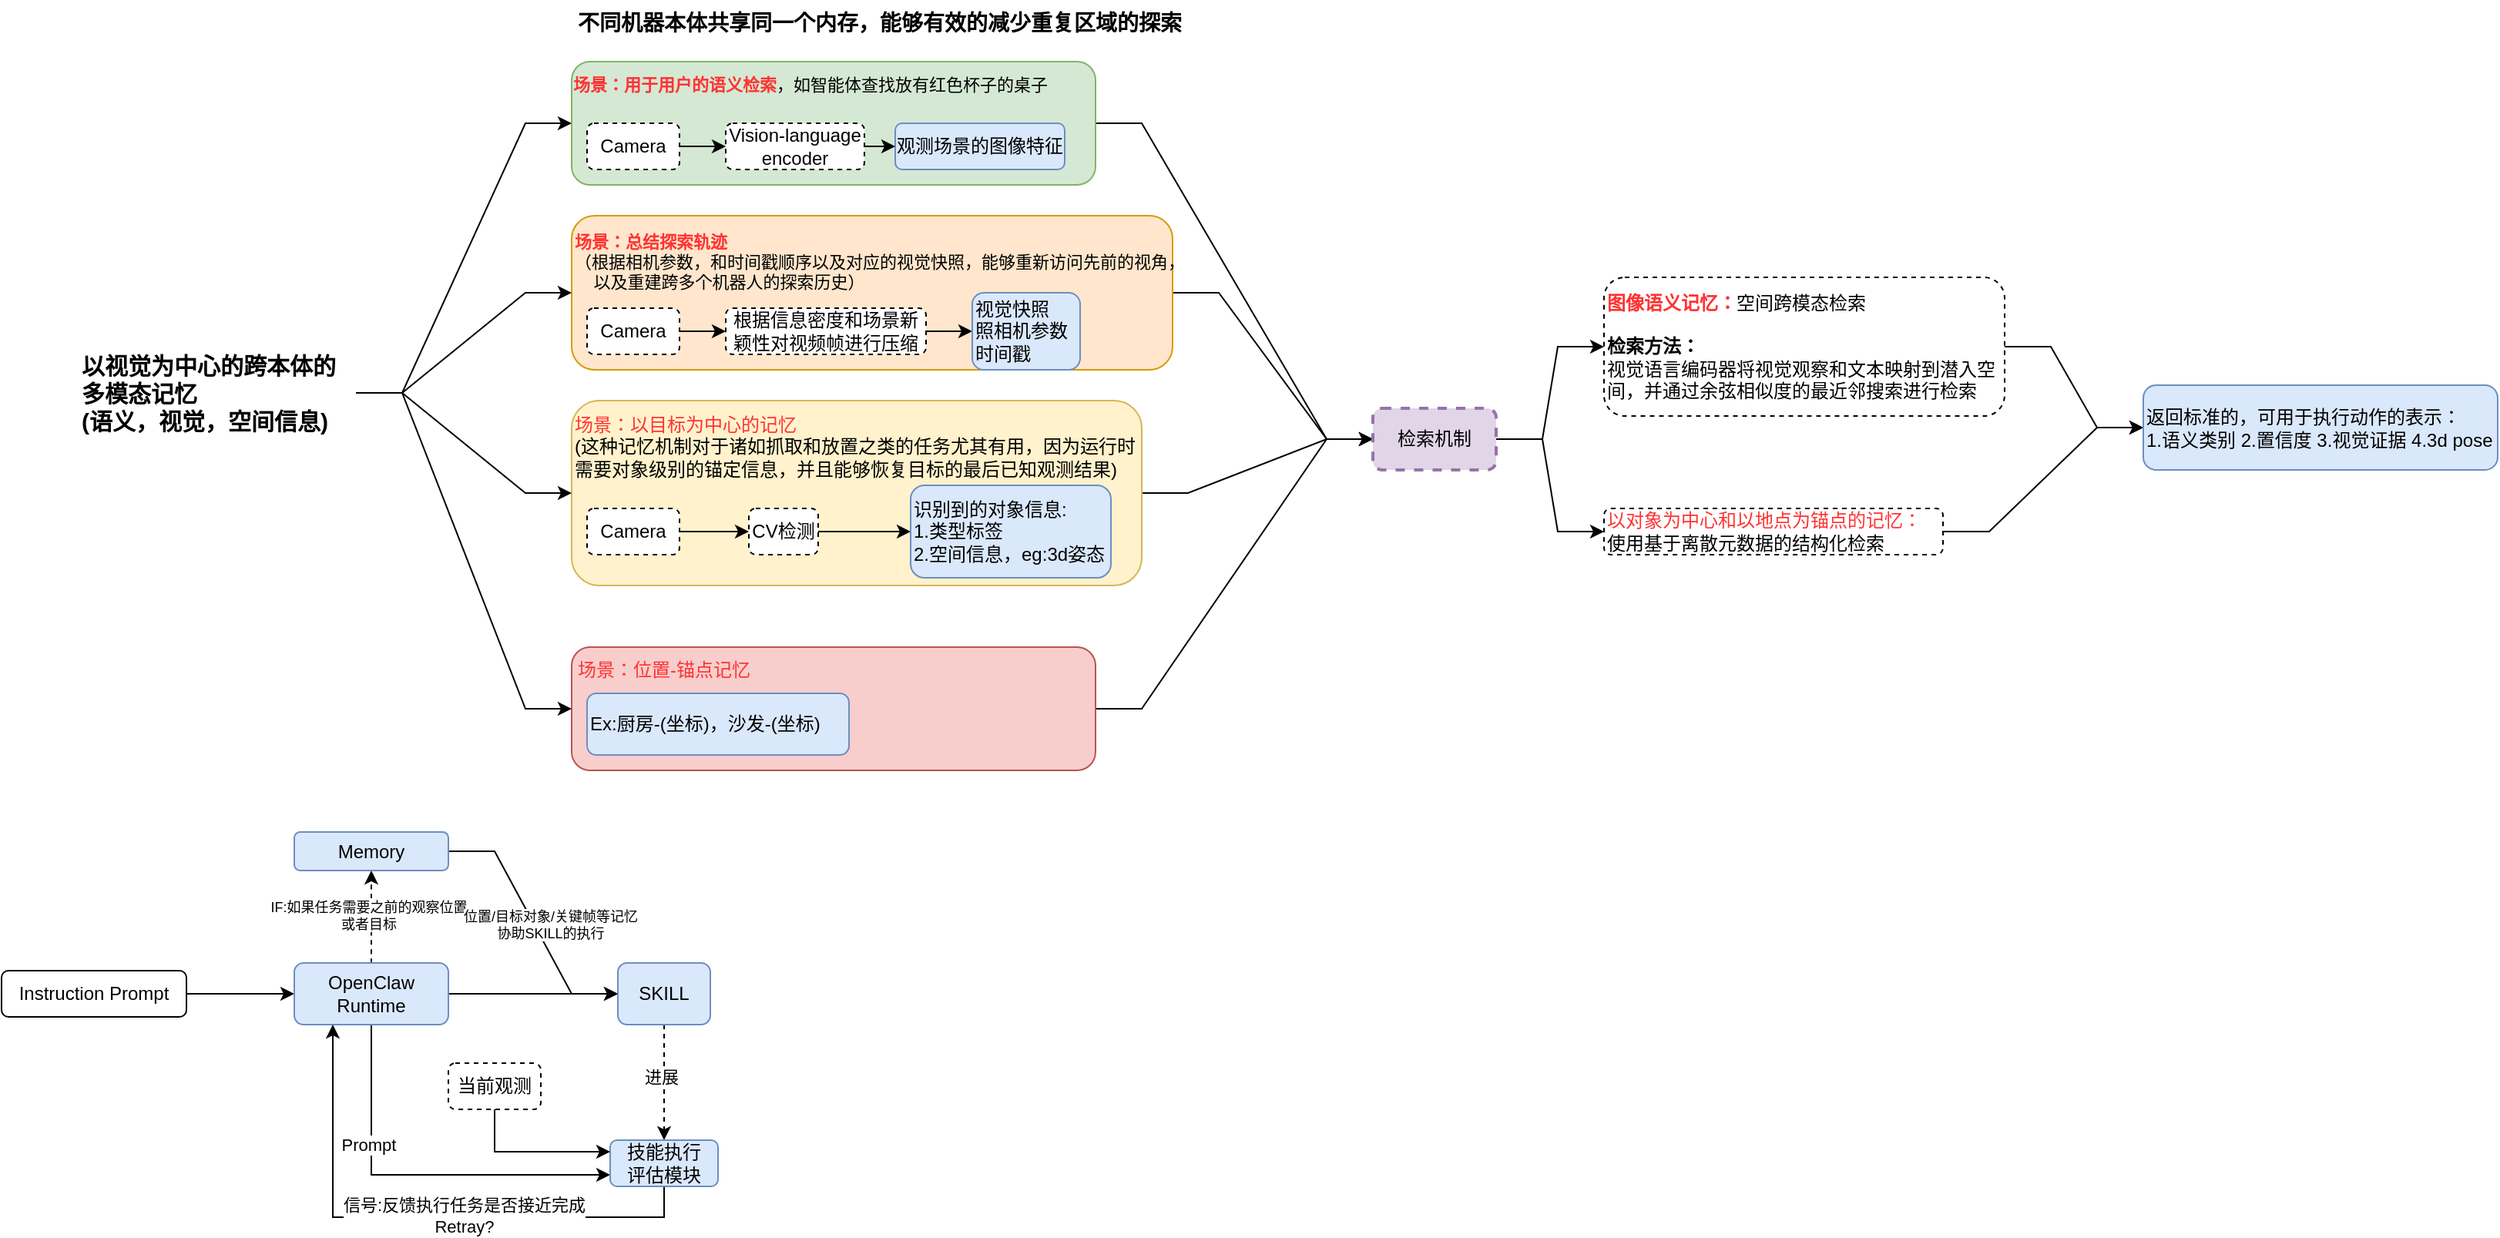
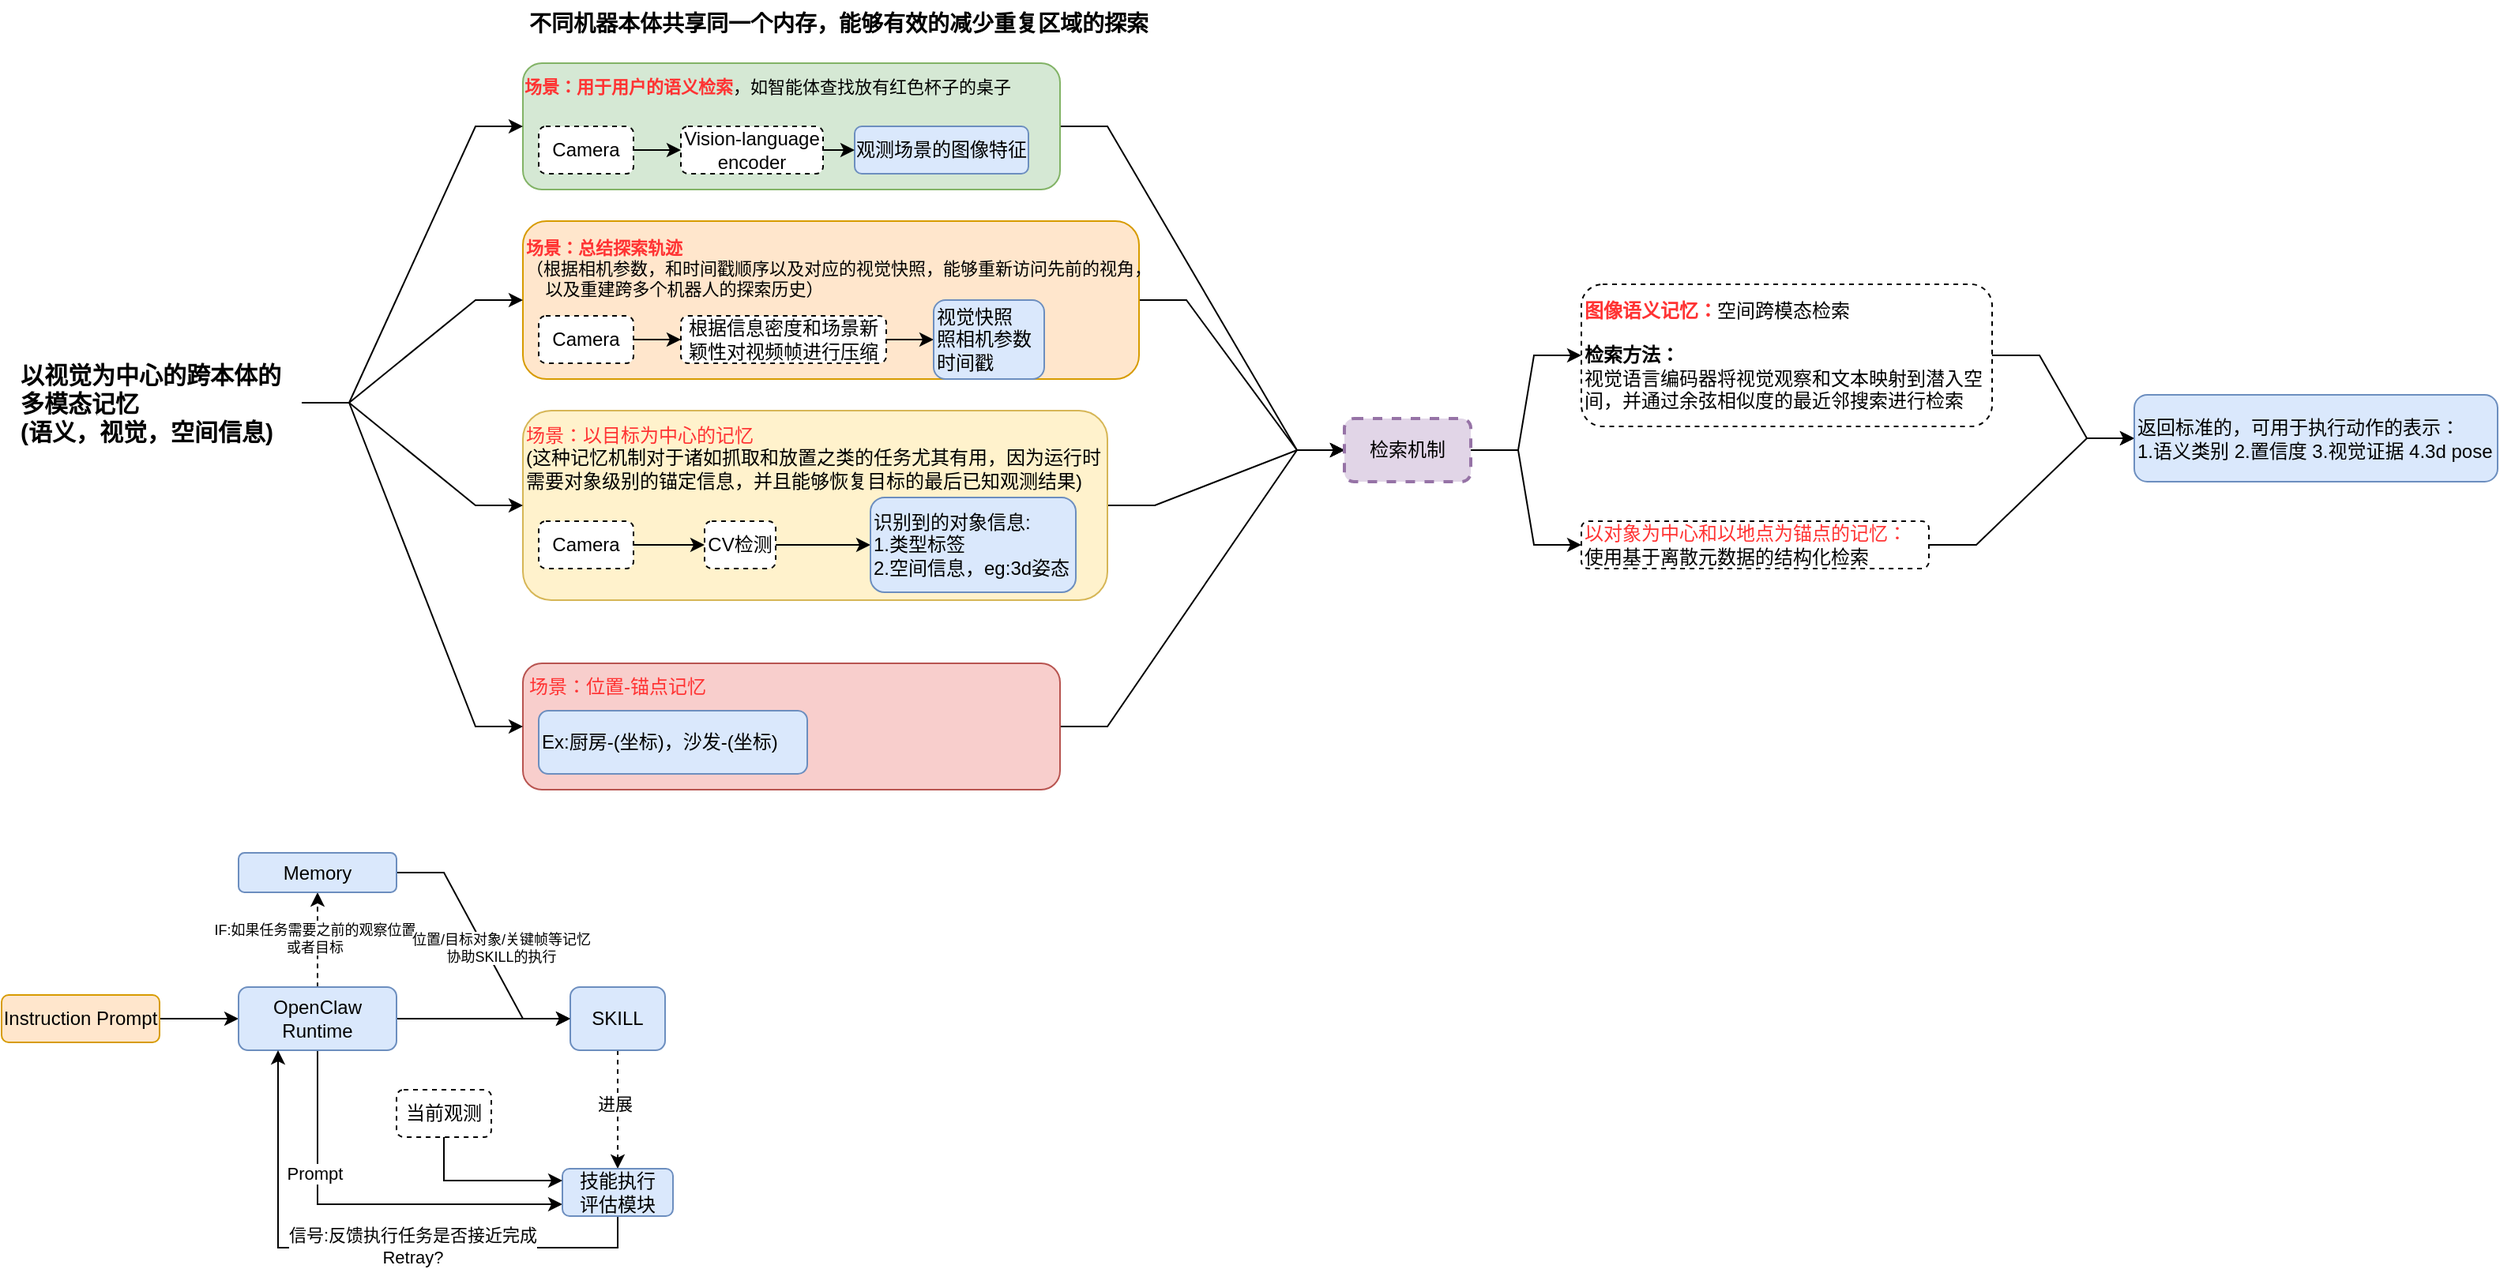
<mxfile host="app.diagrams.net">
  <diagram name="ABot-Claw" id="ri1UiOSOw__C7K71Jf-3">
    <mxGraphModel dx="566" dy="306" grid="1" gridSize="10" guides="1" tooltips="1" connect="1" arrows="1" fold="1" page="1" pageScale="1" pageWidth="3300" pageHeight="2339" math="0" shadow="0">
      <root>
        <mxCell id="0" />
        <mxCell id="1" parent="0" />
        <mxCell id="8uAygAgR7DF40HWwl34I-37" edge="1" parent="1" source="8uAygAgR7DF40HWwl34I-28" style="edgeStyle=entityRelationEdgeStyle;rounded=0;orthogonalLoop=1;jettySize=auto;html=1;exitX=1;exitY=0.5;exitDx=0;exitDy=0;" target="8uAygAgR7DF40HWwl34I-33">
          <mxGeometry relative="1" as="geometry" />
        </mxCell>
        <mxCell id="8uAygAgR7DF40HWwl34I-28" parent="1" style="rounded=1;whiteSpace=wrap;html=1;fillColor=#f8cecc;strokeColor=#b85450;" value="" vertex="1">
          <mxGeometry height="80" width="340" x="480" y="470" as="geometry" />
        </mxCell>
        <mxCell id="8uAygAgR7DF40HWwl34I-36" edge="1" parent="1" source="8uAygAgR7DF40HWwl34I-24" style="edgeStyle=entityRelationEdgeStyle;rounded=0;orthogonalLoop=1;jettySize=auto;html=1;exitX=1;exitY=0.5;exitDx=0;exitDy=0;entryX=0;entryY=0.5;entryDx=0;entryDy=0;" target="8uAygAgR7DF40HWwl34I-33">
          <mxGeometry relative="1" as="geometry">
            <mxPoint x="1020" y="320" as="targetPoint" />
          </mxGeometry>
        </mxCell>
        <mxCell id="8uAygAgR7DF40HWwl34I-24" parent="1" style="rounded=1;whiteSpace=wrap;html=1;fillColor=#fff2cc;strokeColor=#d6b656;" value="" vertex="1">
          <mxGeometry height="120" width="370" x="480" y="310" as="geometry" />
        </mxCell>
        <mxCell id="8uAygAgR7DF40HWwl34I-35" edge="1" parent="1" source="8uAygAgR7DF40HWwl34I-17" style="edgeStyle=entityRelationEdgeStyle;rounded=0;orthogonalLoop=1;jettySize=auto;html=1;exitX=1;exitY=0.5;exitDx=0;exitDy=0;entryX=0;entryY=0.5;entryDx=0;entryDy=0;" target="8uAygAgR7DF40HWwl34I-33">
          <mxGeometry relative="1" as="geometry" />
        </mxCell>
        <mxCell id="8uAygAgR7DF40HWwl34I-17" parent="1" style="rounded=1;whiteSpace=wrap;html=1;fillColor=#ffe6cc;strokeColor=#d79b00;" value="" vertex="1">
          <mxGeometry height="100" width="390" x="480" y="190" as="geometry" />
        </mxCell>
        <mxCell id="8uAygAgR7DF40HWwl34I-34" edge="1" parent="1" source="8uAygAgR7DF40HWwl34I-16" style="edgeStyle=entityRelationEdgeStyle;rounded=0;orthogonalLoop=1;jettySize=auto;html=1;exitX=1;exitY=0.5;exitDx=0;exitDy=0;entryX=0;entryY=0.5;entryDx=0;entryDy=0;" target="8uAygAgR7DF40HWwl34I-33">
          <mxGeometry relative="1" as="geometry" />
        </mxCell>
        <mxCell id="8uAygAgR7DF40HWwl34I-16" parent="1" style="rounded=1;whiteSpace=wrap;html=1;fillColor=#d5e8d4;strokeColor=#82b366;" value="" vertex="1">
          <mxGeometry height="80" width="340" x="480" y="90" as="geometry" />
        </mxCell>
        <mxCell id="8uAygAgR7DF40HWwl34I-29" edge="1" parent="1" source="8uAygAgR7DF40HWwl34I-1" style="edgeStyle=entityRelationEdgeStyle;rounded=0;orthogonalLoop=1;jettySize=auto;html=1;exitX=1;exitY=0.5;exitDx=0;exitDy=0;entryX=0;entryY=0.5;entryDx=0;entryDy=0;" target="8uAygAgR7DF40HWwl34I-16">
          <mxGeometry relative="1" as="geometry" />
        </mxCell>
        <mxCell id="8uAygAgR7DF40HWwl34I-30" edge="1" parent="1" source="8uAygAgR7DF40HWwl34I-1" style="edgeStyle=entityRelationEdgeStyle;rounded=0;orthogonalLoop=1;jettySize=auto;html=1;exitX=1;exitY=0.5;exitDx=0;exitDy=0;entryX=0;entryY=0.5;entryDx=0;entryDy=0;" target="8uAygAgR7DF40HWwl34I-28">
          <mxGeometry relative="1" as="geometry" />
        </mxCell>
        <mxCell id="8uAygAgR7DF40HWwl34I-31" edge="1" parent="1" source="8uAygAgR7DF40HWwl34I-1" style="edgeStyle=entityRelationEdgeStyle;rounded=0;orthogonalLoop=1;jettySize=auto;html=1;exitX=1;exitY=0.5;exitDx=0;exitDy=0;entryX=0;entryY=0.5;entryDx=0;entryDy=0;" target="8uAygAgR7DF40HWwl34I-17">
          <mxGeometry relative="1" as="geometry" />
        </mxCell>
        <mxCell id="8uAygAgR7DF40HWwl34I-32" edge="1" parent="1" source="8uAygAgR7DF40HWwl34I-1" style="edgeStyle=entityRelationEdgeStyle;rounded=0;orthogonalLoop=1;jettySize=auto;html=1;exitX=1;exitY=0.5;exitDx=0;exitDy=0;entryX=0;entryY=0.5;entryDx=0;entryDy=0;" target="8uAygAgR7DF40HWwl34I-24">
          <mxGeometry relative="1" as="geometry" />
        </mxCell>
        <mxCell id="8uAygAgR7DF40HWwl34I-1" parent="1" style="text;html=1;whiteSpace=wrap;strokeColor=none;fillColor=none;align=left;verticalAlign=middle;rounded=0;fontStyle=1;fontSize=15;" value="以视觉为中心的跨本体的多模态记忆&lt;br&gt;(语义，视觉，空间信息)" vertex="1">
          <mxGeometry height="30" width="180" x="160" y="290" as="geometry" />
        </mxCell>
        <mxCell id="8uAygAgR7DF40HWwl34I-2" parent="1" style="rounded=1;whiteSpace=wrap;html=1;fillColor=#dae8fc;strokeColor=#6c8ebf;" value="观测场景的图像特征" vertex="1">
          <mxGeometry height="30" width="110" x="690" y="130" as="geometry" />
        </mxCell>
        <mxCell id="8uAygAgR7DF40HWwl34I-5" edge="1" parent="1" source="8uAygAgR7DF40HWwl34I-3" style="edgeStyle=orthogonalEdgeStyle;rounded=0;orthogonalLoop=1;jettySize=auto;html=1;exitX=1;exitY=0.5;exitDx=0;exitDy=0;entryX=0;entryY=0.5;entryDx=0;entryDy=0;" target="8uAygAgR7DF40HWwl34I-2">
          <mxGeometry relative="1" as="geometry" />
        </mxCell>
        <mxCell id="8uAygAgR7DF40HWwl34I-3" parent="1" style="rounded=1;whiteSpace=wrap;html=1;dashed=1;" value="Vision-language encoder" vertex="1">
          <mxGeometry height="30" width="90" x="580" y="130" as="geometry" />
        </mxCell>
        <mxCell id="8uAygAgR7DF40HWwl34I-6" edge="1" parent="1" source="8uAygAgR7DF40HWwl34I-4" style="edgeStyle=orthogonalEdgeStyle;rounded=0;orthogonalLoop=1;jettySize=auto;html=1;exitX=1;exitY=0.5;exitDx=0;exitDy=0;entryX=0;entryY=0.5;entryDx=0;entryDy=0;" target="8uAygAgR7DF40HWwl34I-3">
          <mxGeometry relative="1" as="geometry" />
        </mxCell>
        <mxCell id="8uAygAgR7DF40HWwl34I-4" parent="1" style="rounded=1;whiteSpace=wrap;html=1;dashed=1;" value="Camera" vertex="1">
          <mxGeometry height="30" width="60" x="490" y="130" as="geometry" />
        </mxCell>
        <mxCell id="8uAygAgR7DF40HWwl34I-7" parent="1" style="text;html=1;whiteSpace=wrap;strokeColor=none;fillColor=none;align=center;verticalAlign=middle;rounded=0;fontSize=11;" value="&lt;b&gt;&lt;font style=&quot;color: rgb(255, 51, 51);&quot;&gt;场景：用于用户的语义检索&lt;/font&gt;&lt;/b&gt;，如智能体查找放有红色杯子的桌子" vertex="1">
          <mxGeometry height="30" width="310" x="480" y="90" as="geometry" />
        </mxCell>
        <mxCell id="8uAygAgR7DF40HWwl34I-10" edge="1" parent="1" source="8uAygAgR7DF40HWwl34I-8" style="edgeStyle=orthogonalEdgeStyle;rounded=0;orthogonalLoop=1;jettySize=auto;html=1;" target="8uAygAgR7DF40HWwl34I-9" value="">
          <mxGeometry relative="1" as="geometry" />
        </mxCell>
        <mxCell id="8uAygAgR7DF40HWwl34I-8" parent="1" style="rounded=1;whiteSpace=wrap;html=1;dashed=1;" value="Camera" vertex="1">
          <mxGeometry height="30" width="60" x="490" y="250" as="geometry" />
        </mxCell>
        <mxCell id="8uAygAgR7DF40HWwl34I-14" edge="1" parent="1" source="8uAygAgR7DF40HWwl34I-9" style="edgeStyle=orthogonalEdgeStyle;rounded=0;orthogonalLoop=1;jettySize=auto;html=1;exitX=1;exitY=0.5;exitDx=0;exitDy=0;entryX=0;entryY=0.5;entryDx=0;entryDy=0;" target="8uAygAgR7DF40HWwl34I-13">
          <mxGeometry relative="1" as="geometry" />
        </mxCell>
        <mxCell id="8uAygAgR7DF40HWwl34I-9" parent="1" style="rounded=1;whiteSpace=wrap;html=1;dashed=1;" value="根据信息密度和场景新颖性对视频帧进行压缩" vertex="1">
          <mxGeometry height="30" width="130" x="580" y="250" as="geometry" />
        </mxCell>
        <mxCell id="8uAygAgR7DF40HWwl34I-11" parent="1" style="text;html=1;whiteSpace=wrap;strokeColor=none;fillColor=none;align=left;verticalAlign=middle;rounded=0;fontSize=11;" value="&lt;b&gt;&lt;font style=&quot;color: rgb(255, 51, 51);&quot;&gt;场景：总结探索轨迹&lt;/font&gt;&lt;/b&gt;&lt;br&gt;（根据相机参数，和时间戳顺序以及对应的视觉快照，能够重新访问先前的视角，&lt;br&gt;&amp;nbsp; &amp;nbsp; 以及重建跨多个机器人的探索历史）" vertex="1">
          <mxGeometry height="40" width="420" x="480" y="200" as="geometry" />
        </mxCell>
        <mxCell id="8uAygAgR7DF40HWwl34I-13" parent="1" style="rounded=1;whiteSpace=wrap;html=1;fillColor=#dae8fc;strokeColor=#6c8ebf;align=left;" value="视觉快照&lt;br&gt;&lt;span style=&quot;&quot;&gt;照相机参数&lt;/span&gt;&lt;div style=&quot;&quot;&gt;时间戳&lt;/div&gt;" vertex="1">
          <mxGeometry height="50" width="70" x="740" y="240" as="geometry" />
        </mxCell>
        <mxCell id="8uAygAgR7DF40HWwl34I-25" edge="1" parent="1" source="8uAygAgR7DF40HWwl34I-19" style="edgeStyle=orthogonalEdgeStyle;rounded=0;orthogonalLoop=1;jettySize=auto;html=1;exitX=1;exitY=0.5;exitDx=0;exitDy=0;entryX=0;entryY=0.5;entryDx=0;entryDy=0;" target="8uAygAgR7DF40HWwl34I-20">
          <mxGeometry relative="1" as="geometry" />
        </mxCell>
        <mxCell id="8uAygAgR7DF40HWwl34I-19" parent="1" style="rounded=1;whiteSpace=wrap;html=1;dashed=1;" value="Camera" vertex="1">
          <mxGeometry height="30" width="60" x="490" y="380" as="geometry" />
        </mxCell>
        <mxCell id="8uAygAgR7DF40HWwl34I-22" edge="1" parent="1" source="8uAygAgR7DF40HWwl34I-20" style="edgeStyle=orthogonalEdgeStyle;rounded=0;orthogonalLoop=1;jettySize=auto;html=1;" target="8uAygAgR7DF40HWwl34I-21" value="">
          <mxGeometry relative="1" as="geometry" />
        </mxCell>
        <mxCell id="8uAygAgR7DF40HWwl34I-20" parent="1" style="rounded=1;whiteSpace=wrap;html=1;dashed=1;" value="CV检测" vertex="1">
          <mxGeometry height="30" width="45" x="595" y="380" as="geometry" />
        </mxCell>
        <mxCell id="8uAygAgR7DF40HWwl34I-21" parent="1" style="rounded=1;whiteSpace=wrap;html=1;align=left;fillColor=#dae8fc;strokeColor=#6c8ebf;" value="识别到的对象信息:&lt;div&gt;1.类型标签&lt;br&gt;2.空间信息，eg:3d姿态&lt;/div&gt;" vertex="1">
          <mxGeometry height="60" width="130" x="700" y="365" as="geometry" />
        </mxCell>
        <mxCell id="8uAygAgR7DF40HWwl34I-23" parent="1" style="text;html=1;whiteSpace=wrap;strokeColor=none;fillColor=none;align=left;verticalAlign=middle;rounded=0;" value="&lt;font style=&quot;color: rgb(255, 51, 51);&quot;&gt;场景：以目标为中心的记忆&lt;/font&gt;&lt;br&gt;(这种记忆机制对于诸如抓取和放置之类的任务尤其有用，因为运行时需要对象级别的锚定信息，并且能够恢复目标的最后已知观测结果)" vertex="1">
          <mxGeometry height="50" width="370" x="480" y="315" as="geometry" />
        </mxCell>
        <mxCell id="8uAygAgR7DF40HWwl34I-26" parent="1" style="rounded=1;whiteSpace=wrap;html=1;align=left;fillColor=#dae8fc;strokeColor=#6c8ebf;" value="Ex:厨房-(坐标)，沙发-(坐标)" vertex="1">
          <mxGeometry height="40" width="170" x="490" y="500" as="geometry" />
        </mxCell>
        <mxCell id="8uAygAgR7DF40HWwl34I-27" parent="1" style="text;html=1;whiteSpace=wrap;strokeColor=none;fillColor=none;align=center;verticalAlign=middle;rounded=0;fontColor=#FF3333;" value="场景：&lt;span style=&quot;text-align: left;&quot;&gt;位置-锚点记忆&lt;/span&gt;" vertex="1">
          <mxGeometry height="30" width="120" x="480" y="470" as="geometry" />
        </mxCell>
        <mxCell id="8uAygAgR7DF40HWwl34I-42" edge="1" parent="1" source="8uAygAgR7DF40HWwl34I-33" style="edgeStyle=entityRelationEdgeStyle;rounded=0;orthogonalLoop=1;jettySize=auto;html=1;exitX=1;exitY=0.5;exitDx=0;exitDy=0;" target="8uAygAgR7DF40HWwl34I-40">
          <mxGeometry relative="1" as="geometry" />
        </mxCell>
        <mxCell id="8uAygAgR7DF40HWwl34I-43" edge="1" parent="1" source="8uAygAgR7DF40HWwl34I-33" style="edgeStyle=entityRelationEdgeStyle;rounded=0;orthogonalLoop=1;jettySize=auto;html=1;exitX=1;exitY=0.5;exitDx=0;exitDy=0;entryX=0;entryY=0.5;entryDx=0;entryDy=0;" target="8uAygAgR7DF40HWwl34I-41">
          <mxGeometry relative="1" as="geometry" />
        </mxCell>
        <mxCell id="8uAygAgR7DF40HWwl34I-33" parent="1" style="rounded=1;whiteSpace=wrap;html=1;fillColor=#e1d5e7;strokeColor=#9673a6;dashed=1;strokeWidth=2;" value="检索机制" vertex="1">
          <mxGeometry height="40" width="80" x="1000" y="315" as="geometry" />
        </mxCell>
        <mxCell id="8uAygAgR7DF40HWwl34I-45" edge="1" parent="1" source="8uAygAgR7DF40HWwl34I-40" style="edgeStyle=entityRelationEdgeStyle;rounded=0;orthogonalLoop=1;jettySize=auto;html=1;exitX=1;exitY=0.5;exitDx=0;exitDy=0;entryX=0;entryY=0.5;entryDx=0;entryDy=0;" target="8uAygAgR7DF40HWwl34I-44">
          <mxGeometry relative="1" as="geometry" />
        </mxCell>
        <mxCell id="8uAygAgR7DF40HWwl34I-40" parent="1" style="text;html=1;whiteSpace=wrap;strokeColor=default;fillColor=none;align=left;verticalAlign=middle;rounded=1;dashed=1;" value="&lt;b&gt;&lt;font style=&quot;color: rgb(255, 51, 51);&quot;&gt;图像语义记忆：&lt;/font&gt;&lt;/b&gt;空间跨模态检索&lt;br&gt;&lt;br&gt;&lt;b&gt;&lt;font style=&quot;color: rgb(0, 0, 0);&quot;&gt;检索方法：&lt;/font&gt;&lt;/b&gt;&lt;br&gt;视觉语言编码器将视觉观察和文本映射到潜入空间，并通过余弦相似度的最近邻搜索进行检索" vertex="1">
          <mxGeometry height="90" width="260" x="1150" y="230" as="geometry" />
        </mxCell>
        <mxCell id="8uAygAgR7DF40HWwl34I-46" edge="1" parent="1" source="8uAygAgR7DF40HWwl34I-41" style="edgeStyle=entityRelationEdgeStyle;rounded=0;orthogonalLoop=1;jettySize=auto;html=1;exitX=1;exitY=0.5;exitDx=0;exitDy=0;entryX=0;entryY=0.5;entryDx=0;entryDy=0;" target="8uAygAgR7DF40HWwl34I-44">
          <mxGeometry relative="1" as="geometry" />
        </mxCell>
        <mxCell id="8uAygAgR7DF40HWwl34I-41" parent="1" style="text;html=1;whiteSpace=wrap;strokeColor=default;fillColor=none;align=left;verticalAlign=middle;rounded=1;dashed=1;" value="&lt;font style=&quot;color: rgb(255, 51, 51);&quot;&gt;以对象为中心和以地点为锚点的记忆：&lt;/font&gt;&lt;br&gt;使用基于离散元数据的结构化检索" vertex="1">
          <mxGeometry height="30" width="220" x="1150" y="380" as="geometry" />
        </mxCell>
        <mxCell id="8uAygAgR7DF40HWwl34I-44" parent="1" style="rounded=1;whiteSpace=wrap;html=1;align=left;fillColor=#dae8fc;strokeColor=#6c8ebf;" value="返回标准的，可用于执行动作的表示：&lt;br&gt;1.语义类别 2.置信度 3.视觉证据 4.3d pose" vertex="1">
          <mxGeometry height="55" width="230" x="1500" y="300" as="geometry" />
        </mxCell>
        <mxCell id="8uAygAgR7DF40HWwl34I-47" parent="1" style="text;html=1;whiteSpace=wrap;strokeColor=none;fillColor=none;align=center;verticalAlign=middle;rounded=0;fontStyle=1;fontSize=14;" value="不同机器本体共享同一个内存，能够有效的减少重复区域的探索" vertex="1">
          <mxGeometry height="30" width="400" x="480" y="50" as="geometry" />
        </mxCell>
        <mxCell id="8uAygAgR7DF40HWwl34I-50" edge="1" parent="1" source="8uAygAgR7DF40HWwl34I-48" style="edgeStyle=entityRelationEdgeStyle;rounded=0;orthogonalLoop=1;jettySize=auto;html=1;" target="8uAygAgR7DF40HWwl34I-49" value="">
          <mxGeometry relative="1" as="geometry" />
        </mxCell>
-         <mxCell id="8uAygAgR7DF40HWwl34I-48" parent="1" style="rounded=1;whiteSpace=wrap;html=1;" value="Instruction Prompt" vertex="1">
-           <mxGeometry height="30" width="120" x="110" y="680" as="geometry" />
+         <mxCell id="8uAygAgR7DF40HWwl34I-48" parent="1" style="rounded=1;whiteSpace=wrap;html=1;fillColor=#ffe6cc;strokeColor=#d79b00;" value="Instruction Prompt" vertex="1">
+           <mxGeometry height="30" width="100" x="150" y="680" as="geometry" />
        </mxCell>
        <mxCell id="8uAygAgR7DF40HWwl34I-52" edge="1" parent="1" source="8uAygAgR7DF40HWwl34I-49" style="edgeStyle=entityRelationEdgeStyle;rounded=0;orthogonalLoop=1;jettySize=auto;html=1;" target="8uAygAgR7DF40HWwl34I-51" value="">
          <mxGeometry relative="1" as="geometry" />
        </mxCell>
        <mxCell id="8uAygAgR7DF40HWwl34I-62" edge="1" parent="1" source="8uAygAgR7DF40HWwl34I-49" style="rounded=0;orthogonalLoop=1;jettySize=auto;html=1;exitX=0.5;exitY=0;exitDx=0;exitDy=0;entryX=0.5;entryY=1;entryDx=0;entryDy=0;dashed=1;edgeStyle=orthogonalEdgeStyle;curved=1;" target="8uAygAgR7DF40HWwl34I-53">
          <mxGeometry relative="1" as="geometry">
            <mxPoint x="355" y="640" as="targetPoint" />
          </mxGeometry>
        </mxCell>
        <mxCell id="8uAygAgR7DF40HWwl34I-63" connectable="0" parent="8uAygAgR7DF40HWwl34I-62" style="edgeLabel;html=1;align=center;verticalAlign=middle;resizable=0;points=[];fontSize=9;" value="IF:如果任务需要之前的观察位置&lt;br&gt;或者目标" vertex="1">
          <mxGeometry relative="1" x="0.053" y="2" as="geometry">
            <mxPoint as="offset" />
          </mxGeometry>
        </mxCell>
        <mxCell id="8uAygAgR7DF40HWwl34I-67" edge="1" parent="1" source="8uAygAgR7DF40HWwl34I-49" style="edgeStyle=orthogonalEdgeStyle;rounded=0;orthogonalLoop=1;jettySize=auto;html=1;exitX=0.5;exitY=1;exitDx=0;exitDy=0;entryX=0;entryY=0.75;entryDx=0;entryDy=0;" target="8uAygAgR7DF40HWwl34I-66">
          <mxGeometry relative="1" as="geometry">
            <mxPoint x="360" y="760" as="targetPoint" />
          </mxGeometry>
        </mxCell>
        <mxCell id="8uAygAgR7DF40HWwl34I-68" connectable="0" parent="8uAygAgR7DF40HWwl34I-67" style="edgeLabel;html=1;align=center;verticalAlign=middle;resizable=0;points=[];" value="Prompt" vertex="1">
          <mxGeometry relative="1" x="-0.3811" y="-2" as="geometry">
            <mxPoint as="offset" />
          </mxGeometry>
        </mxCell>
        <mxCell id="8uAygAgR7DF40HWwl34I-49" parent="1" style="rounded=1;whiteSpace=wrap;html=1;fillColor=#dae8fc;strokeColor=#6c8ebf;" value="OpenClaw&lt;br&gt;Runtime" vertex="1">
          <mxGeometry height="40" width="100" x="300" y="675" as="geometry" />
        </mxCell>
        <mxCell id="8uAygAgR7DF40HWwl34I-69" edge="1" parent="1" source="8uAygAgR7DF40HWwl34I-51" style="rounded=0;orthogonalLoop=1;jettySize=auto;html=1;exitX=0.5;exitY=1;exitDx=0;exitDy=0;entryX=0.5;entryY=0;entryDx=0;entryDy=0;startArrow=none;startFill=0;dashed=1;" target="8uAygAgR7DF40HWwl34I-66">
          <mxGeometry relative="1" as="geometry" />
        </mxCell>
        <mxCell id="8uAygAgR7DF40HWwl34I-70" connectable="0" parent="8uAygAgR7DF40HWwl34I-69" style="edgeLabel;html=1;align=center;verticalAlign=middle;resizable=0;points=[];" value="进展" vertex="1">
          <mxGeometry relative="1" x="-0.1056" y="-2" as="geometry">
            <mxPoint as="offset" />
          </mxGeometry>
        </mxCell>
        <mxCell id="8uAygAgR7DF40HWwl34I-51" parent="1" style="rounded=1;whiteSpace=wrap;html=1;fillColor=#dae8fc;strokeColor=#6c8ebf;" value="SKILL" vertex="1">
          <mxGeometry height="40" width="60" x="510" y="675" as="geometry" />
        </mxCell>
        <mxCell id="8uAygAgR7DF40HWwl34I-64" edge="1" parent="1" source="8uAygAgR7DF40HWwl34I-53" style="edgeStyle=entityRelationEdgeStyle;rounded=0;orthogonalLoop=1;jettySize=auto;html=1;exitX=1;exitY=0.5;exitDx=0;exitDy=0;entryX=0;entryY=0.5;entryDx=0;entryDy=0;" target="8uAygAgR7DF40HWwl34I-51">
          <mxGeometry relative="1" as="geometry" />
        </mxCell>
        <mxCell id="8uAygAgR7DF40HWwl34I-65" connectable="0" parent="8uAygAgR7DF40HWwl34I-64" style="edgeLabel;html=1;align=center;verticalAlign=middle;resizable=0;points=[];fontSize=9;" value="位置/目标对象/关键帧等记忆&lt;br&gt;协助SKILL的执行" vertex="1">
          <mxGeometry relative="1" x="-0.1048" as="geometry">
            <mxPoint x="15" y="9" as="offset" />
          </mxGeometry>
        </mxCell>
        <mxCell id="8uAygAgR7DF40HWwl34I-53" parent="1" style="rounded=1;whiteSpace=wrap;html=1;fillColor=#dae8fc;strokeColor=#6c8ebf;" value="Memory" vertex="1">
          <mxGeometry height="25" width="100" x="300" y="590" as="geometry" />
        </mxCell>
        <mxCell id="8uAygAgR7DF40HWwl34I-74" edge="1" parent="1" source="8uAygAgR7DF40HWwl34I-66" style="edgeStyle=orthogonalEdgeStyle;rounded=0;orthogonalLoop=1;jettySize=auto;html=1;exitX=0.5;exitY=1;exitDx=0;exitDy=0;entryX=0.25;entryY=1;entryDx=0;entryDy=0;" target="8uAygAgR7DF40HWwl34I-49">
          <mxGeometry relative="1" as="geometry" />
        </mxCell>
        <mxCell id="8uAygAgR7DF40HWwl34I-75" connectable="0" parent="8uAygAgR7DF40HWwl34I-74" style="edgeLabel;html=1;align=center;verticalAlign=middle;resizable=0;points=[];" value="信号:反馈执行任务是否接近完成&lt;br&gt;Retray?" vertex="1">
          <mxGeometry relative="1" x="-0.1644" y="-1" as="geometry">
            <mxPoint as="offset" />
          </mxGeometry>
        </mxCell>
        <mxCell id="8uAygAgR7DF40HWwl34I-66" parent="1" style="rounded=1;whiteSpace=wrap;html=1;fillColor=#dae8fc;strokeColor=#6c8ebf;" value="技能执行&lt;br&gt;评估模块" vertex="1">
          <mxGeometry height="30" width="70" x="505" y="790" as="geometry" />
        </mxCell>
        <mxCell id="8uAygAgR7DF40HWwl34I-73" edge="1" parent="1" source="8uAygAgR7DF40HWwl34I-71" style="edgeStyle=orthogonalEdgeStyle;rounded=0;orthogonalLoop=1;jettySize=auto;html=1;exitX=0.5;exitY=1;exitDx=0;exitDy=0;entryX=0;entryY=0.25;entryDx=0;entryDy=0;" target="8uAygAgR7DF40HWwl34I-66">
          <mxGeometry relative="1" as="geometry" />
        </mxCell>
        <mxCell id="8uAygAgR7DF40HWwl34I-71" parent="1" style="rounded=1;whiteSpace=wrap;html=1;dashed=1;" value="当前观测" vertex="1">
          <mxGeometry height="30" width="60" x="400" y="740" as="geometry" />
        </mxCell>
      </root>
    </mxGraphModel>
  </diagram>
</mxfile>
